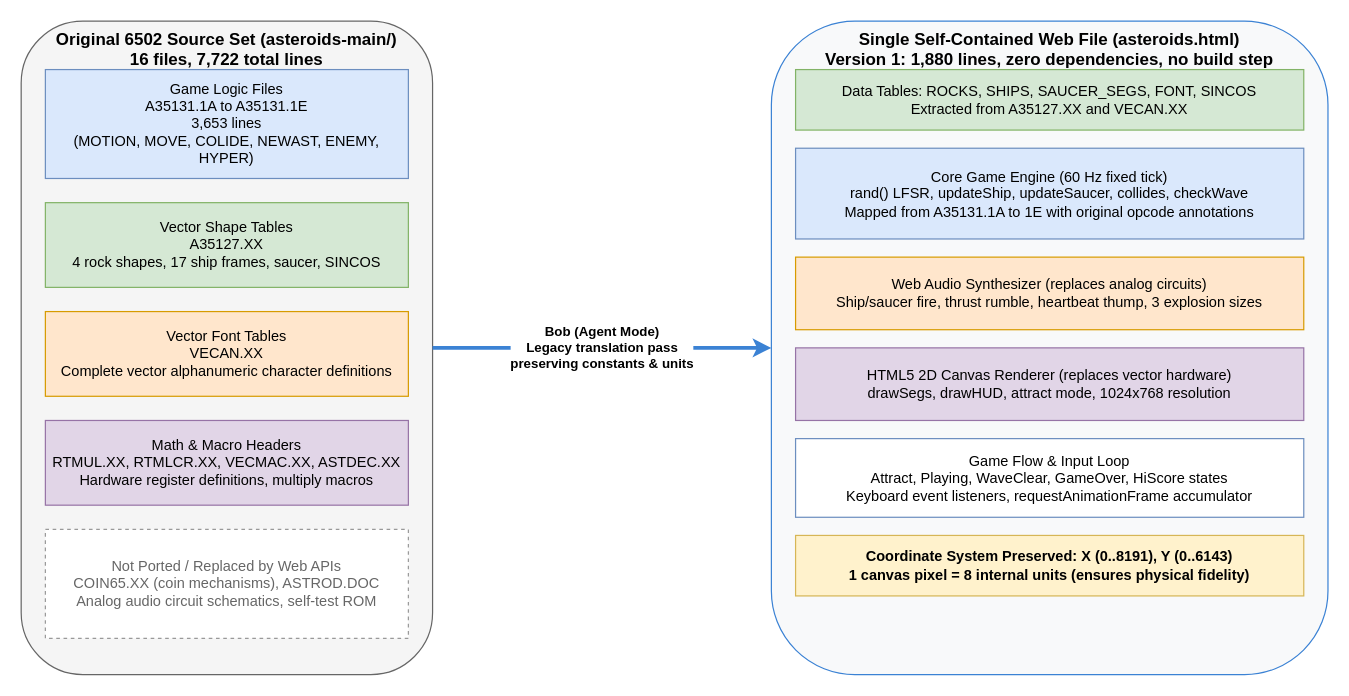
The draw.io diagram docs/diagrams/g1-source-mapping.drawio in paolob67/Asteroids, before the edit. Source tidied: cells renumbered, new cells numbered last; positions are measured from the earlier drawing's top-left corner, leaving out a move shared by most shapes. Both pictures are drawn from the tidied source at 121%, with x=0, y=0 at pixel (21, 21).
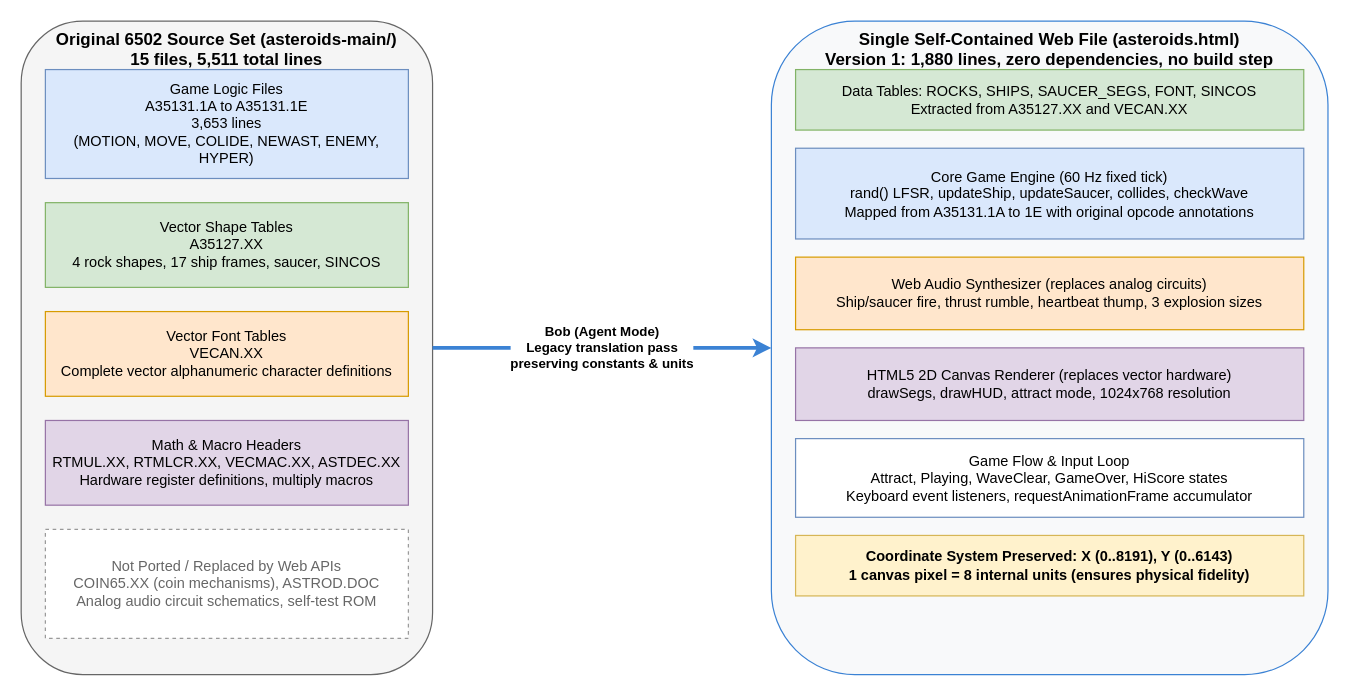
After the change.

What changed in the source:
```diff
@@
 <mxGraphModel>
   <root>
     <mxCell id="0" />
     <mxCell id="1" parent="0" />
-    <mxCell id="2" value="Original 6502 Source Set (asteroids-main/)&#10;16 files, 7,722 total lines" style="rounded=1;whiteSpace=wrap;html=1;fillColor=#f5f5f5;strokeColor=#666666;fontStyle=1;verticalAlign=top;fontSize=14;" parent="1" vertex="1">
+    <mxCell id="2" value="Original 6502 Source Set (asteroids-main/)&#10;15 files, 5,511 total lines" style="rounded=1;whiteSpace=wrap;html=1;fillColor=#f5f5f5;strokeColor=#666666;fontStyle=1;verticalAlign=top;fontSize=14;" parent="1" vertex="1">
       <mxGeometry width="340" height="540" as="geometry" />
     </mxCell>
     <mxCell id="3" value="Game Logic Files&#10;A35131.1A to A35131.1E&#10;3,653 lines&#10;(MOTION, MOVE, COLIDE, NEWAST, ENEMY, HYPER)" style="rounded=0;whiteSpace=wrap;html=1;fillColor=#dae8fc;strokeColor=#6c8ebf;" parent="1" vertex="1">
       <mxGeometry x="20" y="40" width="300" height="90" as="geometry" />
     </mxCell>
     <mxCell id="4" value="Vector Shape Tables&#10;A35127.XX&#10;4 rock shapes, 17 ship frames, saucer, SINCOS" style="rounded=0;whiteSpace=wrap;html=1;fillColor=#d5e8d4;strokeColor=#82b366;" parent="1" vertex="1">
       <mxGeometry x="20" y="150" width="300" height="70" as="geometry" />
     </mxCell>
     <mxCell id="5" value="Vector Font Tables&#10;VECAN.XX&#10;Complete vector alphanumeric character definitions" style="rounded=0;whiteSpace=wrap;html=1;fillColor=#ffe6cc;strokeColor=#d79b00;" parent="1" vertex="1">
       <mxGeometry x="20" y="240" width="300" height="70" as="geometry" />
     </mxCell>
     <mxCell id="6" value="Math &amp;amp; Macro Headers&#10;RTMUL.XX, RTMLCR.XX, VECMAC.XX, ASTDEC.XX&#10;Hardware register definitions, multiply macros" style="rounded=0;whiteSpace=wrap;html=1;fillColor=#e1d5e7;strokeColor=#9673a6;" parent="1" vertex="1">
       <mxGeometry x="20" y="330" width="300" height="70" as="geometry" />
     </mxCell>
     <mxCell id="7" value="Not Ported / Replaced by Web APIs&#10;COIN65.XX (coin mechanisms), ASTROD.DOC&#10;Analog audio circuit schematics, self-test ROM" style="rounded=0;whiteSpace=wrap;html=1;fillColor=#ffffff;strokeColor=#999999;dashed=1;fontColor=#666666;" parent="1" vertex="1">
       <mxGeometry x="20" y="420" width="300" height="90" as="geometry" />
     </mxCell>
     <mxCell id="8" value="Bob (Agent Mode)&#10;Legacy translation pass&#10;preserving constants &amp;amp; units" style="endArrow=classic;html=1;strokeWidth=3;strokeColor=#3b82d4;fontStyle=1;exitX=1;exitY=0.5;entryX=0;entryY=0.5;" parent="1" edge="1" source="2" target="9">
       <mxGeometry relative="1" as="geometry" />
     </mxCell>
     <mxCell id="9" value="Single Self-Contained Web File (asteroids.html)&#10;Version 1: 1,880 lines, zero dependencies, no build step" style="rounded=1;whiteSpace=wrap;html=1;fillColor=#f8f9fa;strokeColor=#3b82d4;fontStyle=1;verticalAlign=top;fontSize=14;" parent="1" vertex="1">
       <mxGeometry x="620" width="460" height="540" as="geometry" />
     </mxCell>
     <mxCell id="10" value="Data Tables: ROCKS, SHIPS, SAUCER_SEGS, FONT, SINCOS&#10;Extracted from A35127.XX and VECAN.XX" style="rounded=0;whiteSpace=wrap;html=1;fillColor=#d5e8d4;strokeColor=#82b366;" parent="1" vertex="1">
       <mxGeometry x="640" y="40" width="420" height="50" as="geometry" />
     </mxCell>
     <mxCell id="11" value="Core Game Engine (60 Hz fixed tick)&#10;rand() LFSR, updateShip, updateSaucer, collides, checkWave&#10;Mapped from A35131.1A to 1E with original opcode annotations" style="rounded=0;whiteSpace=wrap;html=1;fillColor=#dae8fc;strokeColor=#6c8ebf;" parent="1" vertex="1">
       <mxGeometry x="640" y="105" width="420" height="75" as="geometry" />
     </mxCell>
     <mxCell id="12" value="Web Audio Synthesizer (replaces analog circuits)&#10;Ship/saucer fire, thrust rumble, heartbeat thump, 3 explosion sizes" style="rounded=0;whiteSpace=wrap;html=1;fillColor=#ffe6cc;strokeColor=#d79b00;" parent="1" vertex="1">
       <mxGeometry x="640" y="195" width="420" height="60" as="geometry" />
     </mxCell>
     <mxCell id="13" value="HTML5 2D Canvas Renderer (replaces vector hardware)&#10;drawSegs, drawHUD, attract mode, 1024x768 resolution" style="rounded=0;whiteSpace=wrap;html=1;fillColor=#e1d5e7;strokeColor=#9673a6;" parent="1" vertex="1">
       <mxGeometry x="640" y="270" width="420" height="60" as="geometry" />
     </mxCell>
     <mxCell id="14" value="Game Flow &amp;amp; Input Loop&#10;Attract, Playing, WaveClear, GameOver, HiScore states&#10;Keyboard event listeners, requestAnimationFrame accumulator" style="rounded=0;whiteSpace=wrap;html=1;fillColor=#ffffff;strokeColor=#6c8ebf;" parent="1" vertex="1">
       <mxGeometry x="640" y="345" width="420" height="65" as="geometry" />
     </mxCell>
     <mxCell id="15" value="Coordinate System Preserved: X (0..8191), Y (0..6143)&#10;1 canvas pixel = 8 internal units (ensures physical fidelity)" style="rounded=0;whiteSpace=wrap;html=1;fillColor=#fff2cc;strokeColor=#d6b656;fontStyle=1;" parent="1" vertex="1">
       <mxGeometry x="640" y="425" width="420" height="50" as="geometry" />
     </mxCell>
   </root>
 </mxGraphModel>
```
